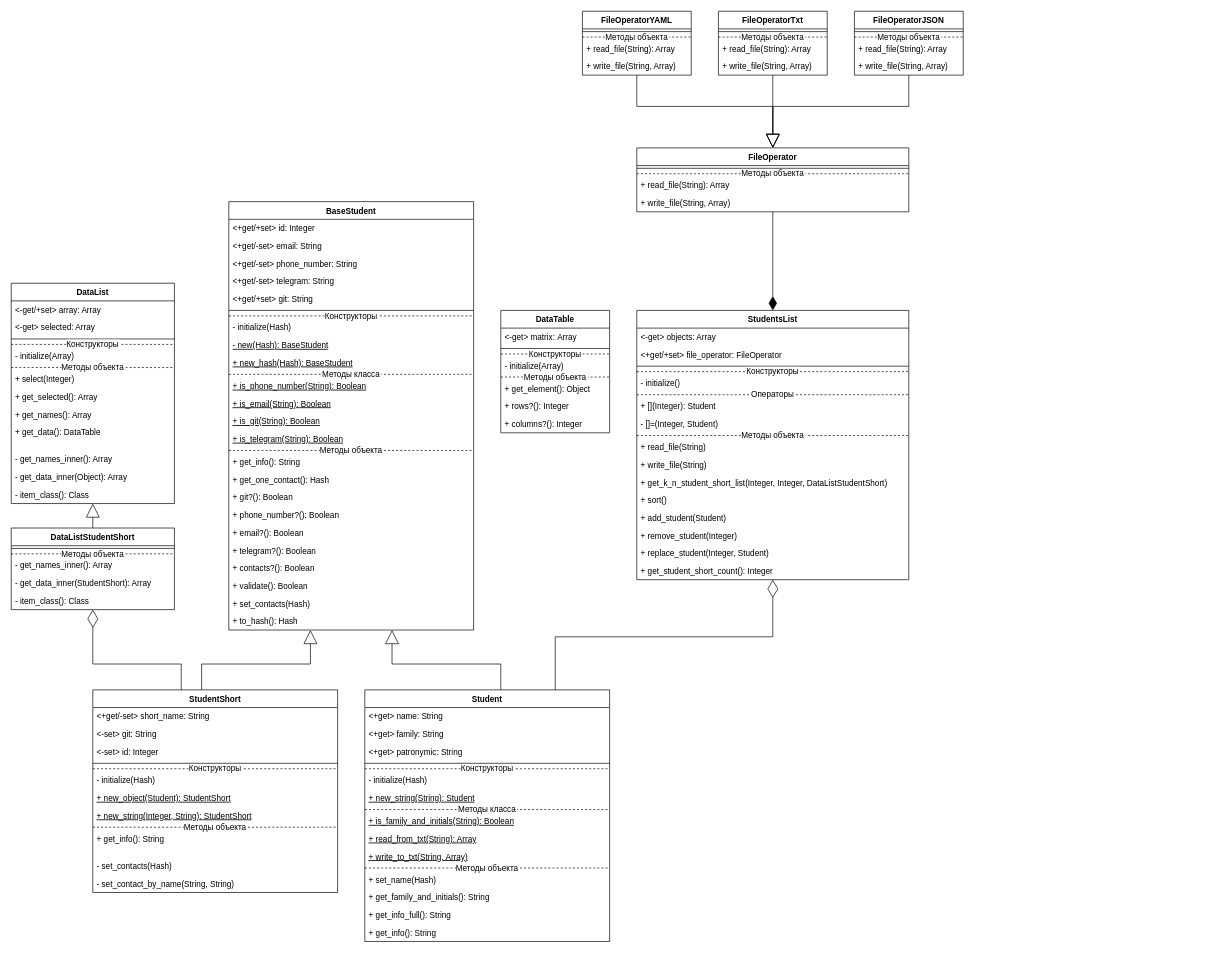
Before: StudentProject/docs/ClassDiagram.drawio in KirSaxhlil/PatternLabs, a draw.io diagram. Source tidied: cells renumbered, new cells numbered last; positions are measured from the earlier drawing's top-left corner, leaving out a move shared by most shapes. Both pictures are drawn from the tidied source at 68%, with x=0, y=0 at pixel (11, 11).
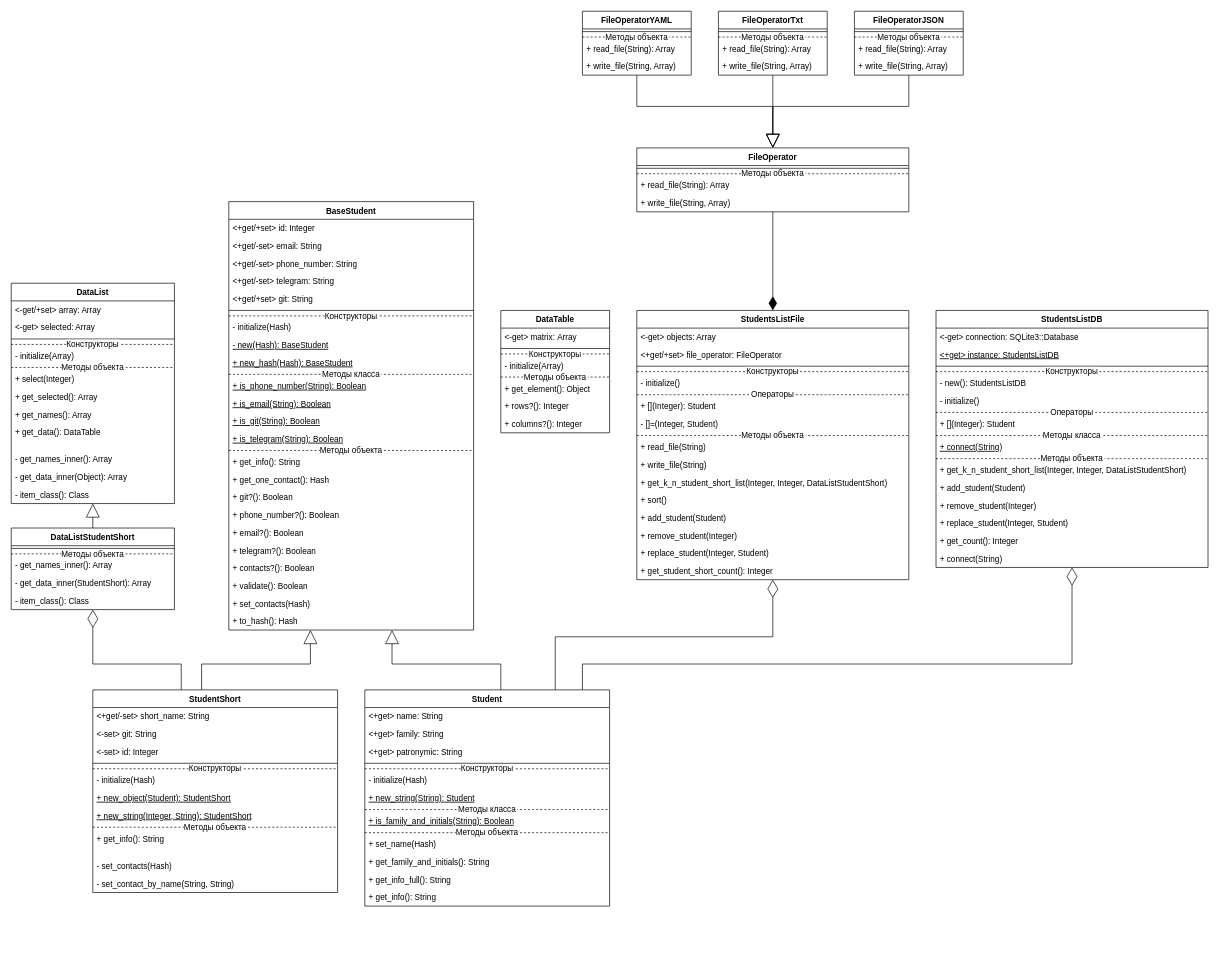
The same diagram, later.

Commit message (it also covers changes not shown here):
Лаб.3 Здч.1-8 Реализован класс StudentsListDB

The edit, as a diff of the source:
```diff
@@
     <mxCell id="2" value="Student" style="swimlane;fontStyle=1;align=center;verticalAlign=top;horizontal=1;startSize=26;fillColor=default;swimlaneFillColor=default;" parent="1" vertex="1">
-      <mxGeometry x="520" y="998" width="360" height="370" as="geometry" />
+      <mxGeometry x="520" y="998" width="360" height="318" as="geometry" />
     </mxCell>
@@
-    <mxCell id="12" value="+ read_from_txt(String): Array" style="text;strokeColor=none;fillColor=none;align=left;verticalAlign=top;spacingLeft=4;spacingRight=4;overflow=hidden;fontStyle=4;" parent="2" vertex="1">
-      <mxGeometry y="206" width="360" height="26" as="geometry" />
-    </mxCell>
-    <mxCell id="13" value="+ write_to_txt(String, Array)" style="text;strokeColor=none;fillColor=none;align=left;verticalAlign=top;spacingLeft=4;spacingRight=4;overflow=hidden;fontStyle=4;" parent="2" vertex="1">
-      <mxGeometry y="232" width="360" height="26" as="geometry" />
-    </mxCell>
     <mxCell id="14" value="Методы объекта" style="line;strokeWidth=1;fillColor=none;align=center;verticalAlign=middle;spacingTop=-1;spacingLeft=3;spacingRight=3;labelPosition=center;strokeColor=inherit;dashed=1;verticalLabelPosition=middle;" parent="2" vertex="1">
-      <mxGeometry y="258" width="360" height="8" as="geometry" />
+      <mxGeometry y="206" width="360" height="8" as="geometry" />
     </mxCell>
     <mxCell id="15" value="+ set_name(Hash)" style="text;strokeColor=none;fillColor=none;align=left;verticalAlign=top;spacingLeft=4;spacingRight=4;overflow=hidden;fontStyle=0;" parent="2" vertex="1">
-      <mxGeometry y="266" width="360" height="26" as="geometry" />
+      <mxGeometry y="214" width="360" height="26" as="geometry" />
     </mxCell>
     <mxCell id="16" value="+ get_family_and_initials(): String" style="text;strokeColor=none;fillColor=none;align=left;verticalAlign=top;spacingLeft=4;spacingRight=4;overflow=hidden;" parent="2" vertex="1">
-      <mxGeometry y="292" width="360" height="26" as="geometry" />
+      <mxGeometry y="240" width="360" height="26" as="geometry" />
     </mxCell>
     <mxCell id="17" value="+ get_info_full(): String" style="text;strokeColor=none;fillColor=none;align=left;verticalAlign=top;spacingLeft=4;spacingRight=4;overflow=hidden;" parent="2" vertex="1">
-      <mxGeometry y="318" width="360" height="26" as="geometry" />
+      <mxGeometry y="266" width="360" height="26" as="geometry" />
     </mxCell>
     <mxCell id="18" value="+ get_info(): String" style="text;strokeColor=none;fillColor=none;align=left;verticalAlign=top;spacingLeft=4;spacingRight=4;overflow=hidden;" parent="2" vertex="1">
-      <mxGeometry y="344" width="360" height="26" as="geometry" />
+      <mxGeometry y="292" width="360" height="26" as="geometry" />
     </mxCell>
@@
-    <mxCell id="94" value="StudentsList" style="swimlane;fontStyle=1;align=center;verticalAlign=top;horizontal=1;startSize=26;strokeWidth=1;swimlaneFillColor=default;" parent="1" vertex="1">
+    <mxCell id="94" value="StudentsListFile" style="swimlane;fontStyle=1;align=center;verticalAlign=top;horizontal=1;startSize=26;strokeWidth=1;swimlaneFillColor=default;" parent="1" vertex="1">
       <mxGeometry x="920" y="440" width="400" height="396" as="geometry" />
     </mxCell>
@@
+    <mxCell id="137" value="StudentsListDB" style="swimlane;fontStyle=1;align=center;verticalAlign=top;horizontal=1;startSize=26;strokeWidth=1;swimlaneFillColor=default;" parent="1" vertex="1">
+      <mxGeometry x="1360" y="440" width="400" height="378" as="geometry" />
+    </mxCell>
+    <mxCell id="138" value="&lt;-get&gt; connection: SQLite3::Database" style="text;strokeColor=none;fillColor=none;align=left;verticalAlign=top;spacingLeft=4;spacingRight=4;overflow=hidden;dashed=1;strokeWidth=1;" parent="137" vertex="1">
+      <mxGeometry y="26" width="400" height="26" as="geometry" />
+    </mxCell>
+    <mxCell id="139" value="&lt;+get&gt; instance: StudentsListDB" style="text;strokeColor=none;fillColor=none;align=left;verticalAlign=top;spacingLeft=4;spacingRight=4;overflow=hidden;dashed=1;strokeWidth=1;fontStyle=4;" parent="137" vertex="1">
+      <mxGeometry y="52" width="400" height="26" as="geometry" />
+    </mxCell>
+    <mxCell id="140" style="line;strokeWidth=1;fillColor=none;align=left;verticalAlign=middle;spacingTop=-1;spacingLeft=3;spacingRight=3;labelPosition=right;strokeColor=inherit;" parent="137" vertex="1">
+      <mxGeometry y="78" width="400" height="8" as="geometry" />
+    </mxCell>
+    <mxCell id="141" value="Конструкторы" style="line;strokeWidth=1;fillColor=none;align=center;verticalAlign=middle;spacingTop=-1;spacingLeft=3;spacingRight=3;labelPosition=center;strokeColor=inherit;dashed=1;verticalLabelPosition=middle;" parent="137" vertex="1">
+      <mxGeometry y="86" width="400" height="8" as="geometry" />
+    </mxCell>
+    <mxCell id="142" value="- new(): StudentsListDB" style="text;strokeColor=none;fillColor=none;align=left;verticalAlign=top;spacingLeft=4;spacingRight=4;overflow=hidden;dashed=1;strokeWidth=1;" parent="137" vertex="1">
+      <mxGeometry y="94" width="400" height="26" as="geometry" />
+    </mxCell>
+    <mxCell id="143" value="- initialize()" style="text;strokeColor=none;fillColor=none;align=left;verticalAlign=top;spacingLeft=4;spacingRight=4;overflow=hidden;dashed=1;strokeWidth=1;" parent="137" vertex="1">
+      <mxGeometry y="120" width="400" height="26" as="geometry" />
+    </mxCell>
+    <mxCell id="144" value="Операторы" style="line;strokeWidth=1;fillColor=none;align=center;verticalAlign=middle;spacingTop=-1;spacingLeft=3;spacingRight=3;labelPosition=center;strokeColor=inherit;dashed=1;verticalLabelPosition=middle;" parent="137" vertex="1">
+      <mxGeometry y="146" width="400" height="8" as="geometry" />
+    </mxCell>
+    <mxCell id="145" value="+ [](Integer): Student" style="text;strokeColor=none;fillColor=none;align=left;verticalAlign=top;spacingLeft=4;spacingRight=4;overflow=hidden;dashed=1;strokeWidth=1;" parent="137" vertex="1">
+      <mxGeometry y="154" width="400" height="26" as="geometry" />
+    </mxCell>
+    <mxCell id="146" value="Методы класса" style="line;strokeWidth=1;fillColor=none;align=center;verticalAlign=middle;spacingTop=-1;spacingLeft=3;spacingRight=3;labelPosition=center;strokeColor=inherit;dashed=1;verticalLabelPosition=middle;" parent="137" vertex="1">
+      <mxGeometry y="180" width="400" height="8" as="geometry" />
+    </mxCell>
+    <mxCell id="147" value="+ connect(String)" style="text;strokeColor=none;fillColor=none;align=left;verticalAlign=top;spacingLeft=4;spacingRight=4;overflow=hidden;dashed=1;strokeWidth=1;fontStyle=4;" parent="137" vertex="1">
+      <mxGeometry y="188" width="400" height="26" as="geometry" />
+    </mxCell>
+    <mxCell id="148" value="Методы объекта" style="line;strokeWidth=1;fillColor=none;align=center;verticalAlign=middle;spacingTop=-1;spacingLeft=3;spacingRight=3;labelPosition=center;strokeColor=inherit;dashed=1;verticalLabelPosition=middle;" parent="137" vertex="1">
+      <mxGeometry y="214" width="400" height="8" as="geometry" />
+    </mxCell>
+    <mxCell id="149" value="+ get_k_n_student_short_list(Integer, Integer, DataListStudentShort)" style="text;strokeColor=none;fillColor=none;align=left;verticalAlign=top;spacingLeft=4;spacingRight=4;overflow=hidden;dashed=1;strokeWidth=1;" parent="137" vertex="1">
+      <mxGeometry y="222" width="400" height="26" as="geometry" />
+    </mxCell>
+    <mxCell id="150" value="+ add_student(Student)" style="text;strokeColor=none;fillColor=none;align=left;verticalAlign=top;spacingLeft=4;spacingRight=4;overflow=hidden;dashed=1;strokeWidth=1;" parent="137" vertex="1">
+      <mxGeometry y="248" width="400" height="26" as="geometry" />
+    </mxCell>
+    <mxCell id="151" value="+ remove_student(Integer)" style="text;strokeColor=none;fillColor=none;align=left;verticalAlign=top;spacingLeft=4;spacingRight=4;overflow=hidden;dashed=1;strokeWidth=1;" parent="137" vertex="1">
+      <mxGeometry y="274" width="400" height="26" as="geometry" />
+    </mxCell>
+    <mxCell id="152" value="+ replace_student(Integer, Student)" style="text;strokeColor=none;fillColor=none;align=left;verticalAlign=top;spacingLeft=4;spacingRight=4;overflow=hidden;dashed=1;strokeWidth=1;" parent="137" vertex="1">
+      <mxGeometry y="300" width="400" height="26" as="geometry" />
+    </mxCell>
+    <mxCell id="153" value="+ get_count(): Integer" style="text;strokeColor=none;fillColor=none;align=left;verticalAlign=top;spacingLeft=4;spacingRight=4;overflow=hidden;dashed=1;strokeWidth=1;" parent="137" vertex="1">
+      <mxGeometry y="326" width="400" height="26" as="geometry" />
+    </mxCell>
+    <mxCell id="154" value="+ connect(String)" style="text;strokeColor=none;fillColor=none;align=left;verticalAlign=top;spacingLeft=4;spacingRight=4;overflow=hidden;dashed=1;strokeWidth=1;" parent="137" vertex="1">
+      <mxGeometry y="352" width="400" height="26" as="geometry" />
+    </mxCell>
+    <mxCell id="155" style="endArrow=diamondThin;endFill=0;endSize=24;html=1;rounded=0;edgeStyle=orthogonalEdgeStyle;" parent="1" edge="1" source="2" target="137">
+      <mxGeometry relative="1" as="geometry">
+        <Array as="points">
+          <mxPoint x="840" y="960" />
+          <mxPoint x="1560" y="960" />
+        </Array>
+      </mxGeometry>
+    </mxCell>
```
